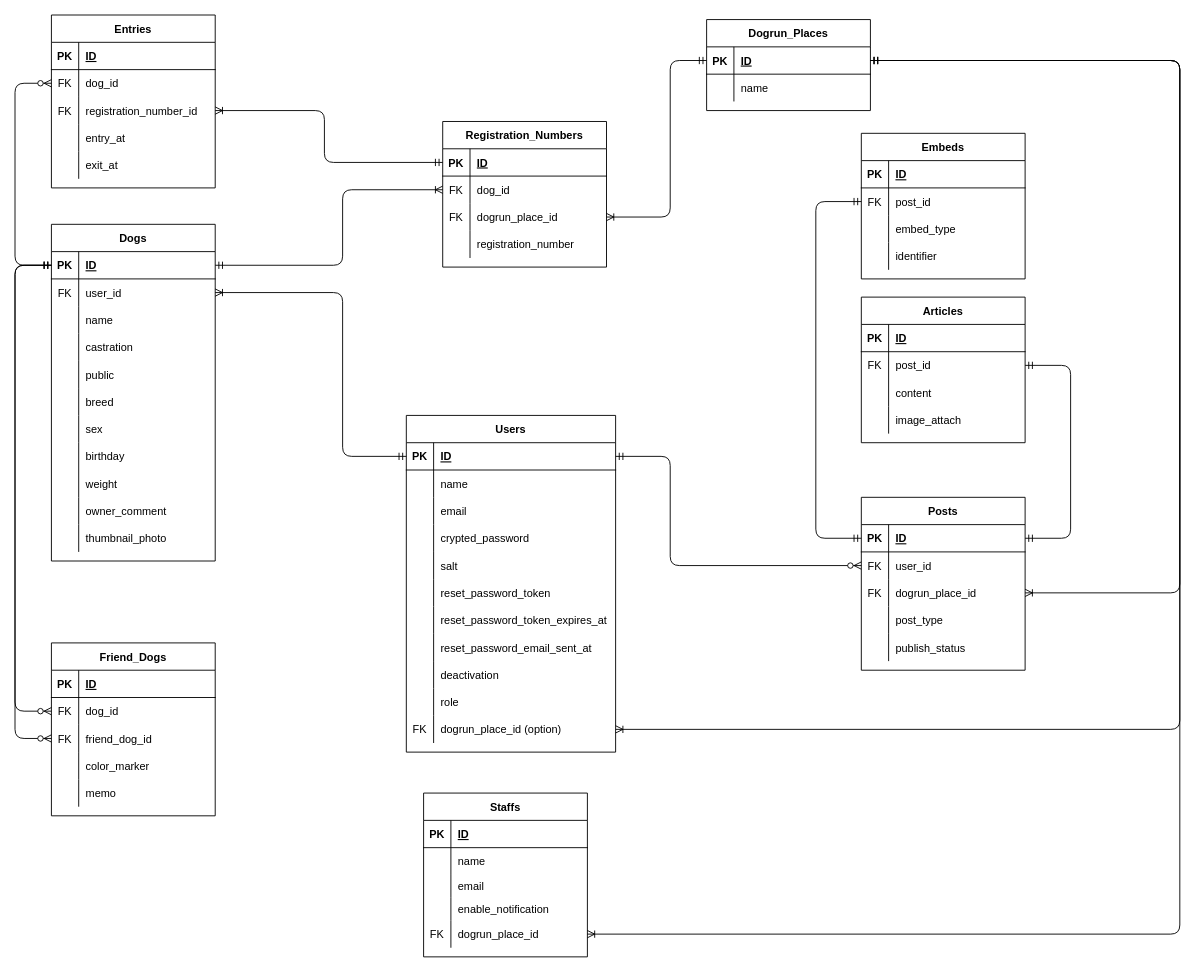
This is ER_diagram.drawio from Kedaruma-Bond/dogrun_connect_app, a draw.io file, before an edit. Source tidied: cells renumbered, new cells numbered last; positions are measured from the earlier drawing's top-left corner, leaving out a move shared by most shapes. Both pictures are drawn from the tidied source at 91%, with x=0, y=0 at pixel (15, 15).
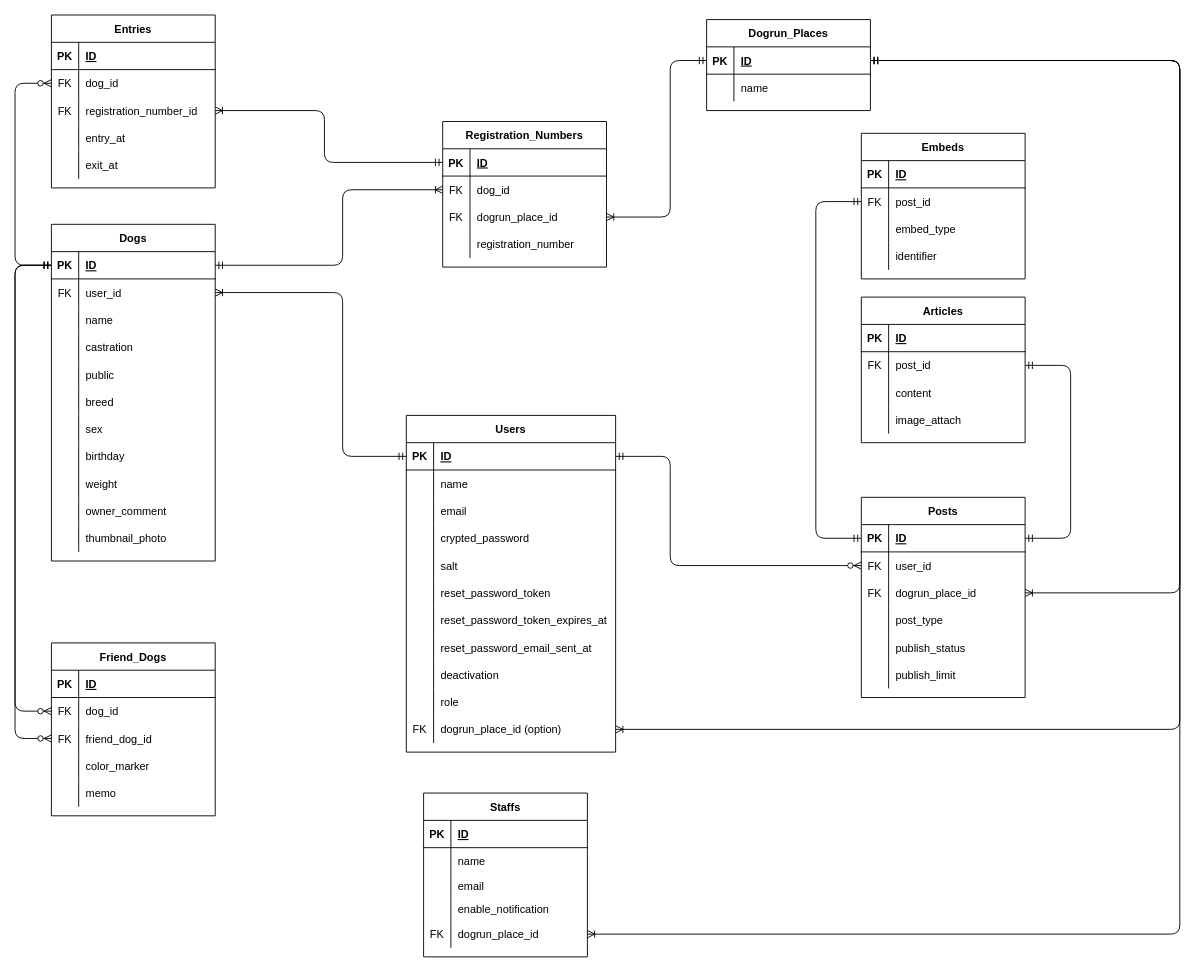
The same diagram, later.

What changed in the source:
```diff
@@
     <mxCell id="102" value="Posts" style="shape=table;startSize=30;childLayout=tableLayout;rowLines=0;fontStyle=1;align=center;" parent="1" vertex="1">
-      <mxGeometry x="930" y="530" width="180" height="190" as="geometry" />
+      <mxGeometry x="930" y="530" width="180" height="220" as="geometry" />
     </mxCell>
@@
+    <mxCell id="193" style="shape=partialRectangle;fillColor=none;top=0;left=0;bottom=0;right=0;" parent="102" vertex="1">
+      <mxGeometry y="150" width="180" height="30" as="geometry" />
+    </mxCell>
+    <mxCell id="194" style="shape=partialRectangle;fillColor=none;top=0;left=0;bottom=0;right=0;overflow=hidden;" parent="193" vertex="1">
+      <mxGeometry width="30" height="30" as="geometry" />
+    </mxCell>
+    <mxCell id="195" value="publish_status" style="shape=partialRectangle;fillColor=none;top=0;left=0;bottom=0;right=0;align=left;spacingLeft=6;overflow=hidden;" parent="193" vertex="1">
+      <mxGeometry x="30" width="150" height="30" as="geometry" />
+    </mxCell>
     <mxCell id="115" style="shape=partialRectangle;fillColor=none;top=0;left=0;bottom=0;right=0;" parent="102" vertex="1">
-      <mxGeometry y="150" width="180" height="30" as="geometry" />
+      <mxGeometry y="180" width="180" height="30" as="geometry" />
     </mxCell>
@@
-    <mxCell id="117" value="publish_status" style="shape=partialRectangle;fillColor=none;top=0;left=0;bottom=0;right=0;align=left;spacingLeft=6;overflow=hidden;" parent="115" vertex="1">
+    <mxCell id="117" value="publish_limit" style="shape=partialRectangle;fillColor=none;top=0;left=0;bottom=0;right=0;align=left;spacingLeft=6;overflow=hidden;" parent="115" vertex="1">
       <mxGeometry x="30" width="150" height="30" as="geometry" />
     </mxCell>
```
